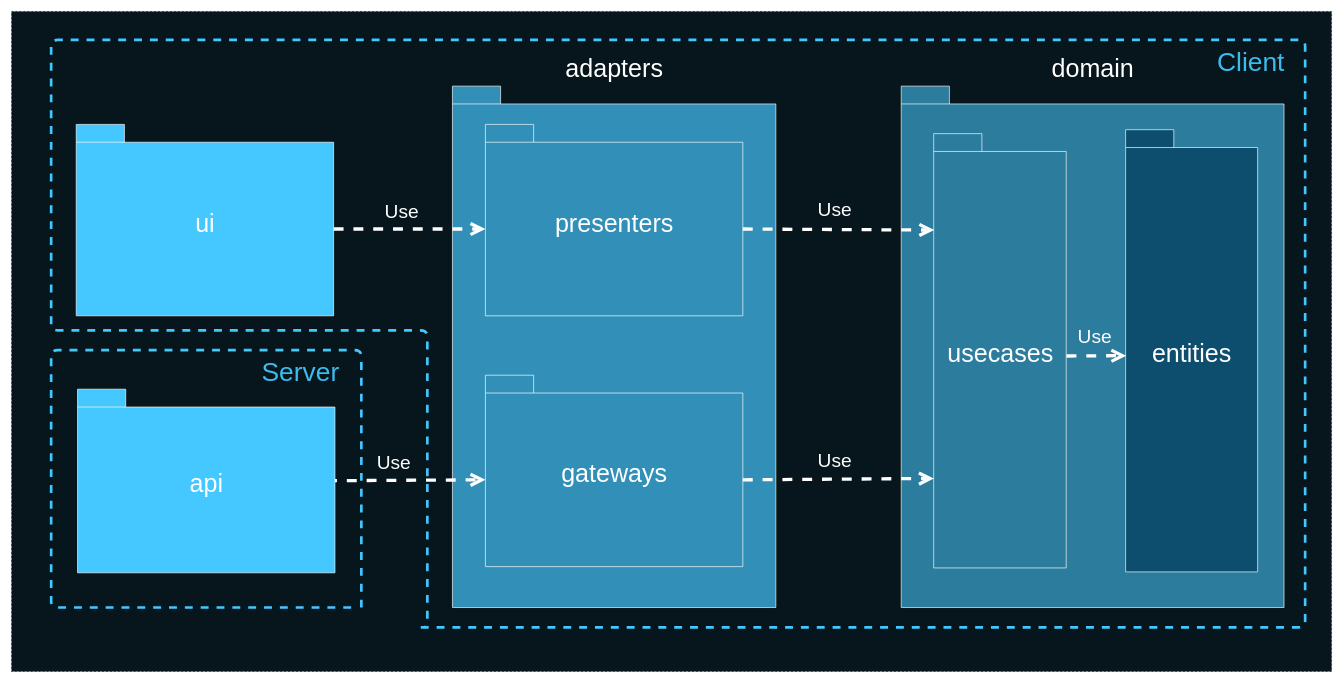
Earlier version of the draw.io diagram deck/ru/diagrams/packagesDependencies.drawio (AlexanderLapygin/ca-react-rest-api-starter). Source tidied: cells renumbered, new cells numbered last; positions are measured from the earlier drawing's top-left corner, leaving out a move shared by most shapes. Both pictures are drawn from the tidied source at 66%, with x=0, y=0 at pixel (11, 11).
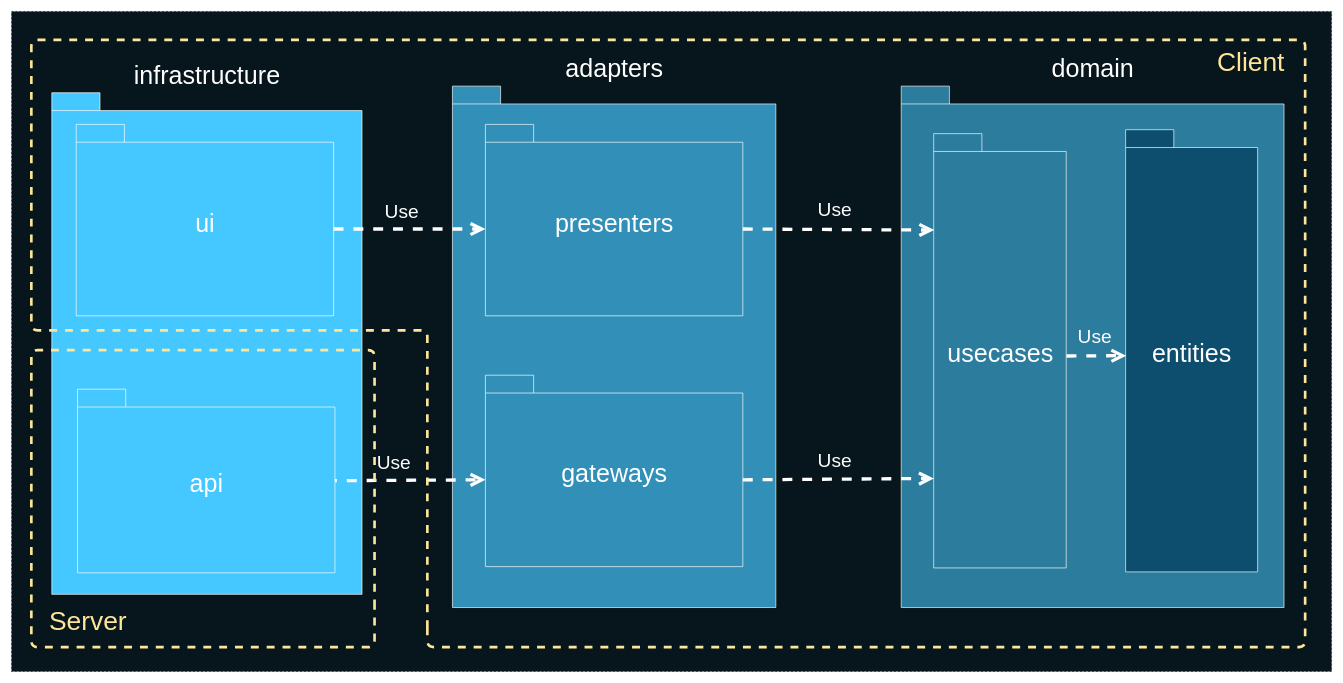
Above is the later version.

The change refers to these unchanged cells:
```xml
<mxCell id="18" style="group;" parent="17" vertex="1">
  <mxGeometry x="10" width="1924" height="890" as="geometry" />
</mxCell>
<mxCell id="23" style="group;" parent="21" vertex="1">
  <mxGeometry width="484" height="390" as="geometry" />
</mxCell>
```

What changed in the source:
```diff
@@
+    <mxCell id="26" value="&lt;font color=&quot;#ffffff&quot; style=&quot;font-size: 38px&quot;&gt;infrastructure&lt;/font&gt;" style="shape=folder;fontStyle=0;spacingTop=10;tabWidth=73;tabHeight=27;tabPosition=left;html=1;strokeColor=#FFFFFF;fillColor=#45C8FF;labelPosition=center;verticalLabelPosition=top;align=center;verticalAlign=bottom;" parent="1" vertex="1">
+      <mxGeometry x="61" y="123" width="470" height="760" as="geometry" />
+    </mxCell>
@@
+    <mxCell id="20" value="&lt;font color=&quot;#ffe599&quot;&gt;Client&lt;/font&gt;" style="text;html=1;strokeColor=none;fillColor=none;align=center;verticalAlign=middle;whiteSpace=wrap;rounded=0;fontColor=#3CBBED;fontSize=40;" parent="18" vertex="1">
+      <mxGeometry x="1712" y="3" width="212" height="60" as="geometry" />
+    </mxCell>
-    <mxCell id="19" style="edgeStyle=segmentEdgeStyle;endArrow=none;html=1;strokeColor=#41C9FF;strokeWidth=4;endFill=0;dashed=1;" parent="18" edge="1">
+    <mxCell id="19" style="edgeStyle=segmentEdgeStyle;endArrow=none;html=1;strokeColor=#FFE599;strokeWidth=4;endFill=0;dashed=1;" parent="18" edge="1">
       <mxGeometry relative="1" as="geometry">
-        <mxPoint x="560" y="890" as="sourcePoint" />
-        <mxPoint x="560" y="890" as="targetPoint" />
+        <mxPoint x="570" y="890" as="sourcePoint" />
+        <mxPoint x="570" y="890" as="targetPoint" />
         <Array as="points">
-          <mxPoint x="1900" y="890" />
+          <mxPoint x="570" y="890" />
+          <mxPoint x="570" y="920" />
+          <mxPoint x="1900" y="920" />
           <mxPoint x="1900" />
-          <mxPoint />
-          <mxPoint y="440" />
+          <mxPoint x="-30" />
+          <mxPoint x="-30" y="440" />
           <mxPoint x="570" y="440" />
           <mxPoint x="570" y="890" />
         </Array>
       </mxGeometry>
     </mxCell>
-    <mxCell id="20" value="Client" style="text;html=1;strokeColor=none;fillColor=none;align=center;verticalAlign=middle;whiteSpace=wrap;rounded=0;fontColor=#3CBBED;fontSize=40;" parent="18" vertex="1">
-      <mxGeometry x="1712" y="3" width="212" height="60" as="geometry" />
-    </mxCell>
@@
-    <mxCell id="24" style="edgeStyle=segmentEdgeStyle;endArrow=none;html=1;strokeColor=#41C9FF;strokeWidth=4;endFill=0;dashed=1;" parent="23" edge="1">
+    <mxCell id="24" style="edgeStyle=segmentEdgeStyle;endArrow=none;html=1;strokeColor=#FFE599;strokeWidth=4;endFill=0;dashed=1;" parent="23" edge="1">
       <mxGeometry relative="1" as="geometry">
-        <mxPoint x="470" y="390" as="sourcePoint" />
-        <mxPoint x="460" y="390" as="targetPoint" />
+        <mxPoint x="490" y="390" as="sourcePoint" />
+        <mxPoint x="490" y="390" as="targetPoint" />
         <Array as="points">
-          <mxPoint x="470" y="381" />
-          <mxPoint x="470" />
-          <mxPoint />
-          <mxPoint y="390" />
+          <mxPoint x="490" y="390" />
+          <mxPoint x="490" />
+          <mxPoint x="-30" />
+          <mxPoint x="-30" y="450" />
+          <mxPoint x="490" y="450" />
+          <mxPoint x="490" y="390" />
         </Array>
       </mxGeometry>
     </mxCell>
-    <mxCell id="25" value="Server" style="text;html=1;strokeColor=none;fillColor=none;align=center;verticalAlign=middle;whiteSpace=wrap;rounded=0;fontColor=#3CBBED;fontSize=40;" parent="23" vertex="1">
-      <mxGeometry x="272" y="4.3" width="212" height="57.1" as="geometry" />
+    <mxCell id="25" value="Server" style="text;html=1;strokeColor=none;fillColor=none;align=center;verticalAlign=middle;whiteSpace=wrap;rounded=0;fontColor=#FFE599;fontSize=40;" parent="1" vertex="1">
+      <mxGeometry x="10" y="893" width="212" height="57.1" as="geometry" />
     </mxCell>
```
